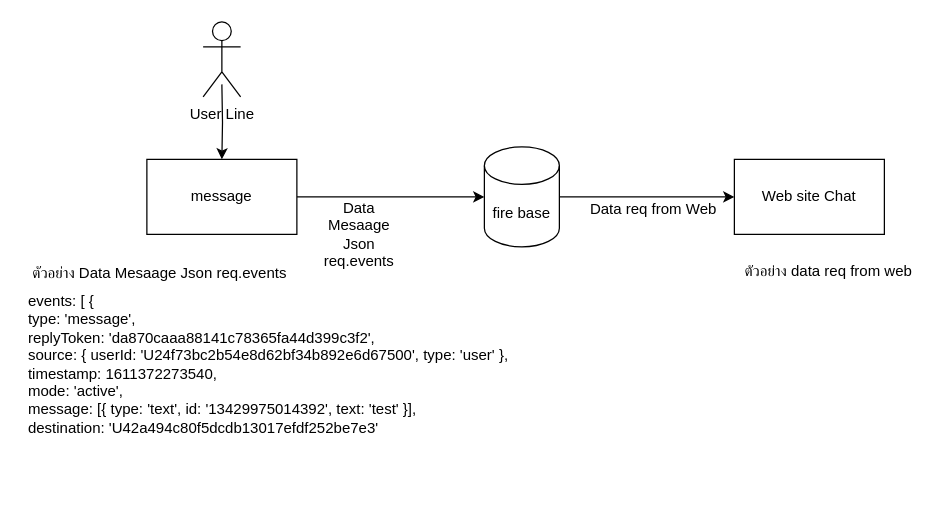
This is Untitled Diagram.drawio from thossapolud/wechat_bk, a draw.io file, before an edit. Source tidied: cells renumbered, new cells numbered last; positions are measured from the earlier drawing's top-left corner, leaving out a move shared by most shapes. Both pictures are drawn from the tidied source at 125%, with x=0, y=0 at pixel (21, 21).
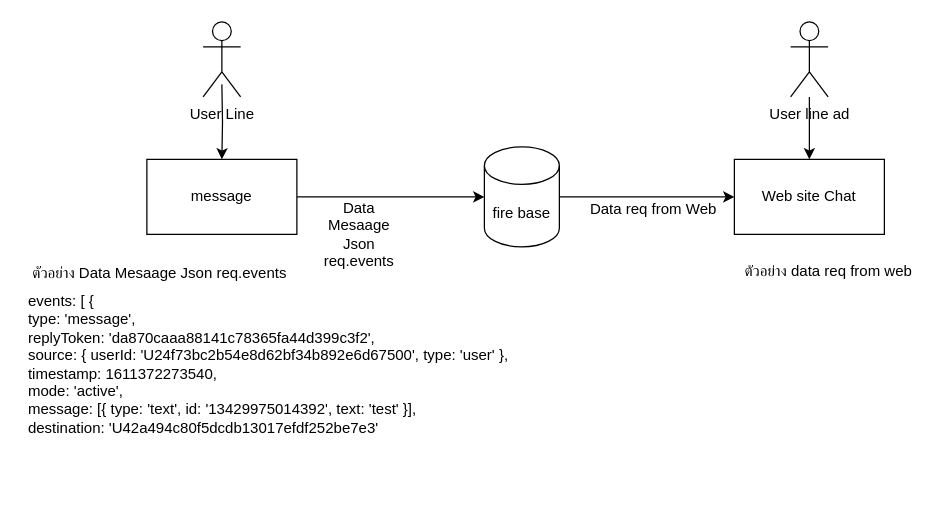
After the change.

The edit, as a diff of the source:
```diff
@@
 <mxGraphModel>
   <root>
     <mxCell id="0" />
     <mxCell id="1" parent="0" />
     <mxCell id="2" style="edgeStyle=orthogonalEdgeStyle;rounded=0;jettySize=auto;html=1;" parent="1" edge="1" source="3" target="7">
       <mxGeometry relative="1" as="geometry" />
     </mxCell>
     <mxCell id="3" value="message" style="rounded=0;whiteSpace=wrap;html=1;" parent="1" vertex="1">
       <mxGeometry x="100" y="110" width="120" height="60" as="geometry" />
     </mxCell>
     <mxCell id="4" style="edgeStyle=orthogonalEdgeStyle;rounded=0;jettySize=auto;html=1;" parent="1" edge="1" target="3">
       <mxGeometry relative="1" as="geometry">
         <mxPoint x="160" y="50" as="sourcePoint" />
       </mxGeometry>
     </mxCell>
     <mxCell id="5" value="User Line" style="shape=umlActor;verticalLabelPosition=bottom;verticalAlign=top;html=1;align=center;" parent="1" vertex="1">
       <mxGeometry x="145" width="30" height="60" as="geometry" />
     </mxCell>
     <mxCell id="6" style="endArrow=classic;html=1;fontFamily=Helvetica;fontSize=11;fontColor=#000000;align=center;strokeColor=#000000;edgeStyle=orthogonalEdgeStyle;" parent="1" edge="1" source="7" target="8">
       <mxGeometry relative="1" as="geometry">
         <Array as="points">
           <mxPoint x="510" y="140" />
           <mxPoint x="510" y="140" />
         </Array>
       </mxGeometry>
     </mxCell>
     <mxCell id="7" value="fire base" style="shape=cylinder3;whiteSpace=wrap;html=1;boundedLbl=1;backgroundOutline=1;size=15;align=center;" parent="1" vertex="1">
       <mxGeometry x="370" y="100" width="60" height="80" as="geometry" />
     </mxCell>
     <mxCell id="8" value="Web site Chat" style="rounded=0;whiteSpace=wrap;html=1;align=center;" parent="1" vertex="1">
       <mxGeometry x="570" y="110" width="120" height="60" as="geometry" />
     </mxCell>
     <mxCell id="9" value="Data Mesaage Json req.events" style="text;html=1;strokeColor=none;fillColor=none;align=center;verticalAlign=middle;whiteSpace=wrap;rounded=0;" parent="1" vertex="1">
       <mxGeometry x="250" y="160" width="40" height="20" as="geometry" />
     </mxCell>
     <mxCell id="10" value="ตัวอย่าง&amp;nbsp;&lt;span&gt;Data Mesaage Json req.events&lt;br&gt;&lt;br&gt;&lt;br&gt;&lt;/span&gt;" style="text;html=1;align=center;verticalAlign=middle;" parent="1" vertex="1">
       <mxGeometry y="190" width="220" height="50" as="geometry" />
     </mxCell>
     <mxCell id="11" value="&amp;nbsp;events: [    { &lt;br&gt;&amp;nbsp;type: 'message',&lt;br&gt;&amp;nbsp;replyToken: 'da870caaa88141c78365fa44d399c3f2',&lt;br&gt;&amp;nbsp;source: { userId: 'U24f73bc2b54e8d62bf34b892e6d67500', type: 'user' },&lt;br&gt;&amp;nbsp;timestamp: 1611372273540,&lt;br&gt;&amp;nbsp;mode: 'active',&lt;br&gt;&amp;nbsp;message: [{ type: 'text', id: '13429975014392', text: 'test' }],&lt;br&gt;&amp;nbsp;destination: 'U42a494c80f5dcdb13017efdf252be7e3'" style="text;whiteSpace=wrap;html=1;" parent="1" vertex="1">
       <mxGeometry y="210" width="410" height="160" as="geometry" />
     </mxCell>
     <mxCell id="12" value="Data req from Web" style="text;html=1;align=center;verticalAlign=middle;" parent="1" vertex="1">
       <mxGeometry x="450" y="140" width="110" height="20" as="geometry" />
     </mxCell>
     <mxCell id="13" value="ตัวอย่าง data req from web&lt;br&gt;" style="text;html=1;align=center;verticalAlign=middle;" parent="1" vertex="1">
       <mxGeometry x="570" y="190" width="150" height="20" as="geometry" />
     </mxCell>
+    <mxCell id="14" style="edgeStyle=orthogonalEdgeStyle;rounded=0;jettySize=auto;html=1;" parent="1" edge="1" source="15" target="8">
+      <mxGeometry relative="1" as="geometry" />
+    </mxCell>
+    <mxCell id="15" value="User line ad" style="shape=umlActor;verticalLabelPosition=bottom;verticalAlign=top;html=1;outlineConnect=0;" parent="1" vertex="1">
+      <mxGeometry x="615" width="30" height="60" as="geometry" />
+    </mxCell>
   </root>
 </mxGraphModel>
```
